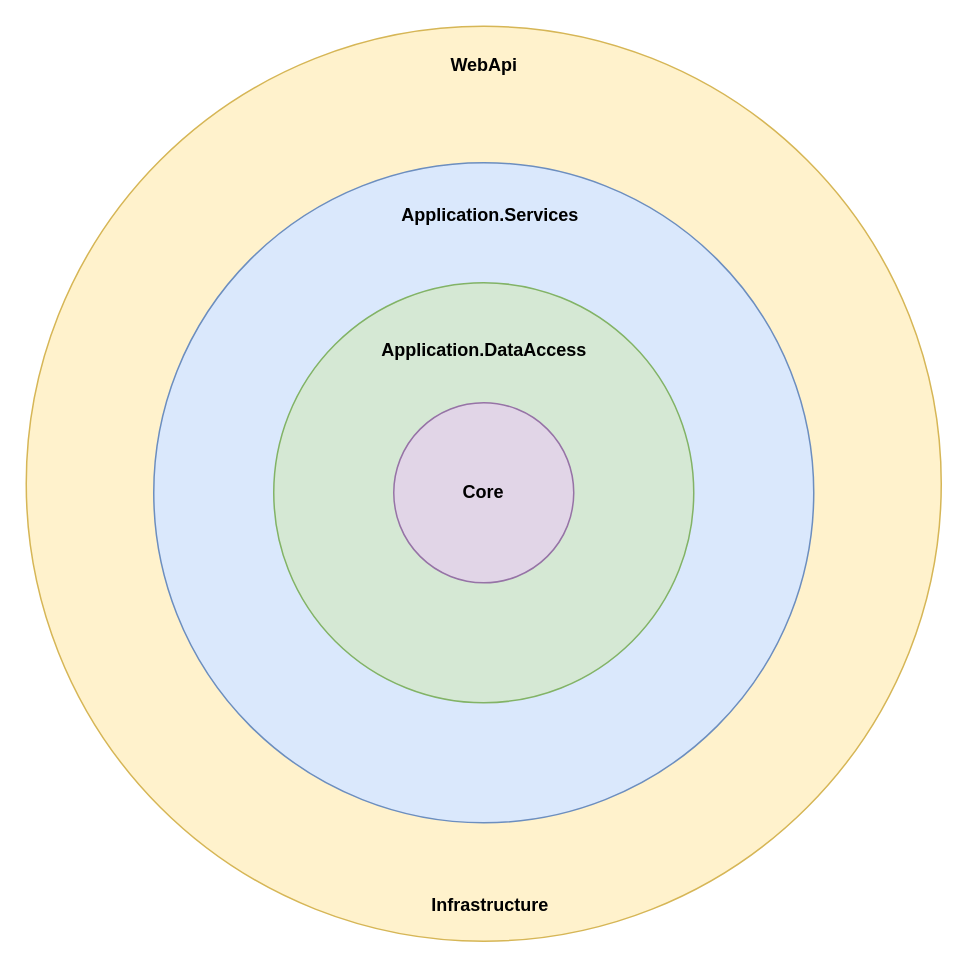
This is diagrams.drawio from adamposledni/cleanish-architecture, a draw.io file, before an edit. Source tidied: cells renumbered, new cells numbered last; positions are measured from the earlier drawing's top-left corner, leaving out a move shared by most shapes. Both pictures are drawn from the tidied source at 150%, with x=0, y=0 at pixel (26, 26).
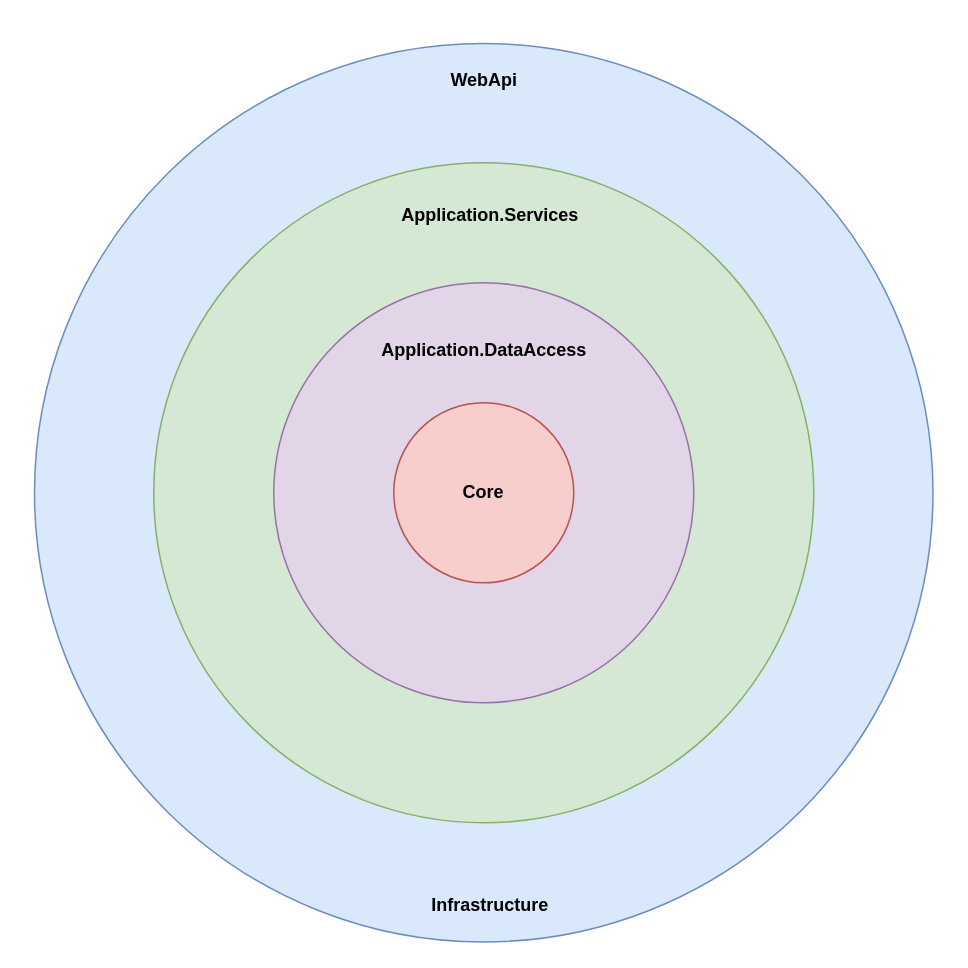
The same diagram, later.

What changed in the source:
```diff
@@
 <mxGraphModel>
   <root>
     <mxCell id="0" />
     <mxCell id="1" parent="0" />
-    <mxCell id="2" style="ellipse;whiteSpace=wrap;html=1;fillColor=#fff2cc;strokeColor=#d6b656;" parent="1" vertex="1">
-      <mxGeometry width="610" height="610" as="geometry" />
+    <mxCell id="2" style="ellipse;whiteSpace=wrap;html=1;fillColor=#dae8fc;strokeColor=#6c8ebf;perimeterSpacing=0;" parent="1" vertex="1">
+      <mxGeometry x="5.5" y="11.5" width="599" height="599" as="geometry" />
     </mxCell>
-    <mxCell id="3" style="ellipse;whiteSpace=wrap;html=1;fillColor=#dae8fc;strokeColor=#6c8ebf;" parent="1" vertex="1">
+    <mxCell id="3" style="ellipse;whiteSpace=wrap;html=1;fillColor=#d5e8d4;strokeColor=#82b366;" parent="1" vertex="1">
       <mxGeometry x="85" y="91" width="440" height="440" as="geometry" />
     </mxCell>
-    <mxCell id="4" style="ellipse;whiteSpace=wrap;html=1;fillColor=#d5e8d4;strokeColor=#82b366;" parent="1" vertex="1">
+    <mxCell id="4" style="ellipse;whiteSpace=wrap;html=1;fillColor=#e1d5e7;strokeColor=#9673a6;" parent="1" vertex="1">
       <mxGeometry x="165" y="171" width="280" height="280" as="geometry" />
     </mxCell>
-    <mxCell id="5" style="ellipse;whiteSpace=wrap;html=1;fontStyle=1;fillColor=#e1d5e7;strokeColor=#9673a6;" parent="1" vertex="1">
+    <mxCell id="5" style="ellipse;whiteSpace=wrap;html=1;fontStyle=1;fillColor=#f8cecc;strokeColor=#b85450;" parent="1" vertex="1">
       <mxGeometry x="245" y="251" width="120" height="120" as="geometry" />
     </mxCell>
     <mxCell id="6" value="Application.DataAccess" style="text;html=1;strokeColor=none;fillColor=none;align=center;verticalAlign=middle;whiteSpace=wrap;rounded=0;fontStyle=1;" parent="1" vertex="1">
       <mxGeometry x="227.5" y="201" width="155" height="30" as="geometry" />
     </mxCell>
     <mxCell id="7" value="Core" style="text;html=1;strokeColor=none;fillColor=none;align=center;verticalAlign=middle;whiteSpace=wrap;rounded=0;fontStyle=1;" parent="1" vertex="1">
       <mxGeometry x="275" y="296" width="60" height="30" as="geometry" />
     </mxCell>
     <mxCell id="8" value="Application.Services" style="text;html=1;strokeColor=none;fillColor=none;align=center;verticalAlign=middle;whiteSpace=wrap;rounded=0;fontStyle=1;" parent="1" vertex="1">
       <mxGeometry x="232" y="111" width="155" height="30" as="geometry" />
     </mxCell>
     <mxCell id="9" value="WebApi" style="text;html=1;strokeColor=none;fillColor=none;align=center;verticalAlign=middle;whiteSpace=wrap;rounded=0;fontStyle=1;" parent="1" vertex="1">
-      <mxGeometry x="227.5" y="11" width="155" height="30" as="geometry" />
+      <mxGeometry x="227.5" y="21" width="155" height="30" as="geometry" />
     </mxCell>
     <mxCell id="10" value="Infrastructure" style="text;html=1;strokeColor=none;fillColor=none;align=center;verticalAlign=middle;whiteSpace=wrap;rounded=0;fontStyle=1;" parent="1" vertex="1">
       <mxGeometry x="232" y="571" width="155" height="30" as="geometry" />
     </mxCell>
   </root>
 </mxGraphModel>
```
